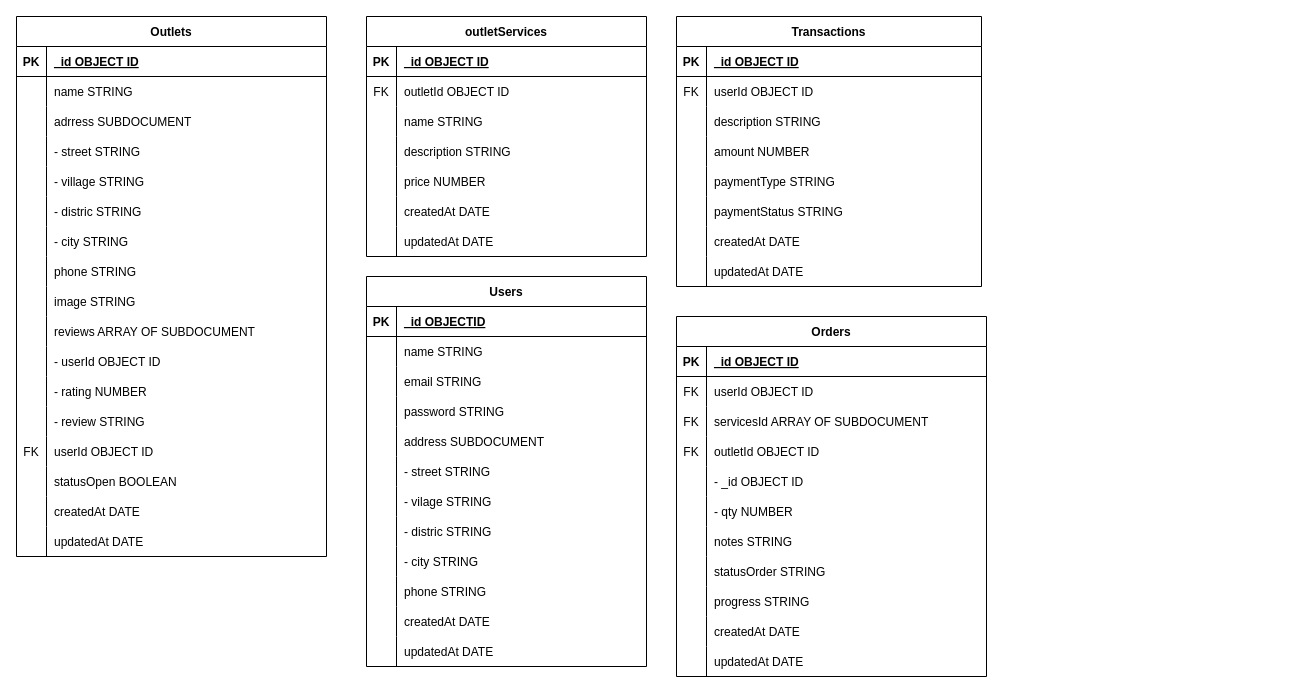
Before: schema.drawio in Final-Project-MyLaundry/backend, a draw.io diagram. Source tidied: cells renumbered, new cells numbered last; positions are measured from the earlier drawing's top-left corner, leaving out a move shared by most shapes. Both pictures are drawn from the tidied source at 100%, with x=0, y=0 at pixel (16, 16).
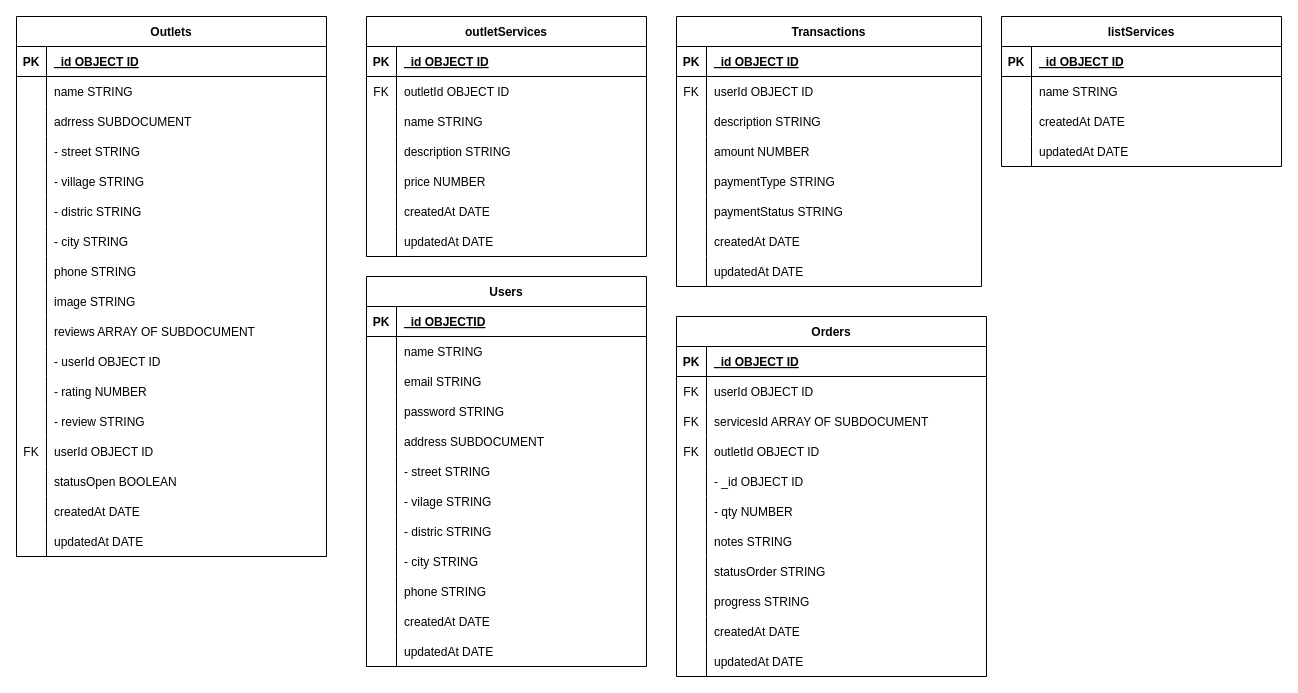
After the change.

Commit message:
Refactor : add collection listServices

Change to the diagram source:
```diff
@@
+    <mxCell id="172" value="listServices" style="shape=table;startSize=30;childLayout=tableLayout;rowLines=0;fontStyle=1;align=center;" parent="1" vertex="1">
+      <mxGeometry x="985" width="280" height="150" as="geometry" />
+    </mxCell>
+    <mxCell id="173" style="shape=tableRow;horizontal=0;startSize=0;swimlaneHead=0;swimlaneBody=0;fillColor=none;top=0;left=0;right=0;bottom=1;" parent="172" vertex="1">
+      <mxGeometry y="30" width="280" height="30" as="geometry" />
+    </mxCell>
+    <mxCell id="174" value="PK" style="shape=partialRectangle;fillColor=none;top=0;left=0;bottom=0;right=0;fontStyle=1;overflow=hidden;" parent="173" vertex="1">
+      <mxGeometry width="30" height="30" as="geometry" />
+    </mxCell>
+    <mxCell id="175" value="_id OBJECT ID" style="shape=partialRectangle;fillColor=none;top=0;left=0;bottom=0;right=0;align=left;spacingLeft=6;fontStyle=5;overflow=hidden;" parent="173" vertex="1">
+      <mxGeometry x="30" width="250" height="30" as="geometry" />
+    </mxCell>
+    <mxCell id="176" style="shape=tableRow;horizontal=0;startSize=0;swimlaneHead=0;swimlaneBody=0;fillColor=none;top=0;left=0;right=0;bottom=0;" parent="172" vertex="1">
+      <mxGeometry y="60" width="280" height="30" as="geometry" />
+    </mxCell>
+    <mxCell id="177" style="shape=partialRectangle;fillColor=none;top=0;left=0;bottom=0;right=0;overflow=hidden;" parent="176" vertex="1">
+      <mxGeometry width="30" height="30" as="geometry" />
+    </mxCell>
+    <mxCell id="178" value="name STRING" style="shape=partialRectangle;fillColor=none;top=0;left=0;bottom=0;right=0;align=left;spacingLeft=6;overflow=hidden;" parent="176" vertex="1">
+      <mxGeometry x="30" width="250" height="30" as="geometry" />
+    </mxCell>
+    <mxCell id="179" style="shape=tableRow;horizontal=0;startSize=0;swimlaneHead=0;swimlaneBody=0;fillColor=none;top=0;left=0;right=0;bottom=0;" parent="172" vertex="1">
+      <mxGeometry y="90" width="280" height="30" as="geometry" />
+    </mxCell>
+    <mxCell id="180" style="shape=partialRectangle;fillColor=none;top=0;left=0;bottom=0;right=0;overflow=hidden;" parent="179" vertex="1">
+      <mxGeometry width="30" height="30" as="geometry" />
+    </mxCell>
+    <mxCell id="181" value="createdAt DATE" style="shape=partialRectangle;fillColor=none;top=0;left=0;bottom=0;right=0;align=left;spacingLeft=6;overflow=hidden;" parent="179" vertex="1">
+      <mxGeometry x="30" width="250" height="30" as="geometry" />
+    </mxCell>
+    <mxCell id="182" style="shape=tableRow;horizontal=0;startSize=0;swimlaneHead=0;swimlaneBody=0;fillColor=none;top=0;left=0;right=0;bottom=0;" parent="172" vertex="1">
+      <mxGeometry y="120" width="280" height="30" as="geometry" />
+    </mxCell>
+    <mxCell id="183" style="shape=partialRectangle;fillColor=none;top=0;left=0;bottom=0;right=0;overflow=hidden;" parent="182" vertex="1">
+      <mxGeometry width="30" height="30" as="geometry" />
+    </mxCell>
+    <mxCell id="184" value="updatedAt DATE" style="shape=partialRectangle;fillColor=none;top=0;left=0;bottom=0;right=0;align=left;spacingLeft=6;overflow=hidden;" parent="182" vertex="1">
+      <mxGeometry x="30" width="250" height="30" as="geometry" />
+    </mxCell>
```
